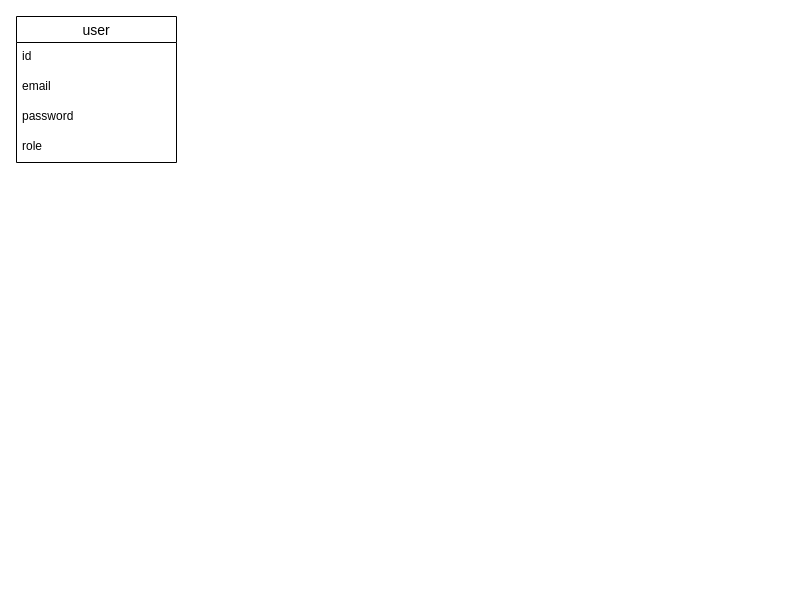
overbye87/book-store keeps this draw.io diagram as server/dm_diagram.drawio. Above is the earlier version. Source tidied: cells renumbered, new cells numbered last; positions are measured from the earlier drawing's top-left corner, leaving out a move shared by most shapes. Both pictures are drawn from the tidied source at 100%, with x=0, y=0 at pixel (16, 16).
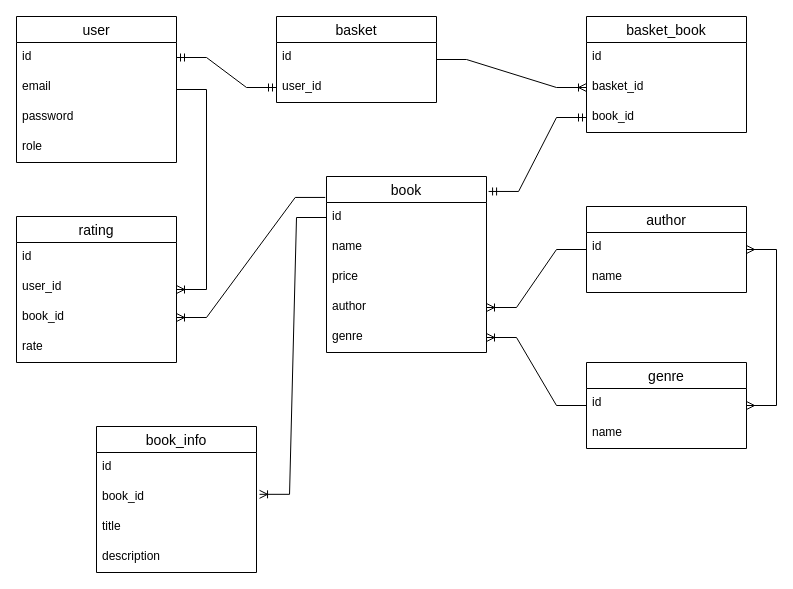
The same diagram, later.

The change refers to these unchanged cells:
```xml
<mxCell id="2" value="user" style="swimlane;fontStyle=0;horizontal=1;startSize=26;align=center;fontSize=14;" parent="1" vertex="1">
  <mxGeometry width="160" height="146" as="geometry" />
</mxCell>
<mxCell id="3" value="id" style="text;strokeColor=none;fillColor=none;spacingLeft=4;spacingRight=4;overflow=hidden;points=[[0,0.5],[1,0.5]];portConstraint=eastwest;fontSize=12;" parent="2" vertex="1">
  <mxGeometry y="26" width="160" height="30" as="geometry" />
</mxCell>
```

Change to the diagram source:
```diff
@@
+    <mxCell id="7" value="basket" style="swimlane;fontStyle=0;horizontal=1;startSize=26;align=center;fontSize=14;" parent="1" vertex="1">
+      <mxGeometry x="260" width="160" height="86" as="geometry" />
+    </mxCell>
+    <mxCell id="8" value="id" style="text;strokeColor=none;fillColor=none;spacingLeft=4;spacingRight=4;overflow=hidden;fontSize=12;" parent="7" vertex="1">
+      <mxGeometry y="26" width="160" height="30" as="geometry" />
+    </mxCell>
+    <mxCell id="9" value="user_id" style="text;strokeColor=none;fillColor=none;spacingLeft=4;spacingRight=4;overflow=hidden;points=[[0,0.5],[1,0.5]];portConstraint=eastwest;fontSize=12;" parent="7" vertex="1">
+      <mxGeometry y="56" width="160" height="30" as="geometry" />
+    </mxCell>
+    <mxCell id="10" style="edgeStyle=entityRelationEdgeStyle;fontSize=12;html=1;endArrow=ERmandOne;startArrow=ERmandOne;rounded=0;exitX=1;exitY=0.5;exitDx=0;exitDy=0;entryX=0;entryY=0.5;entryDx=0;entryDy=0;" parent="1" edge="1" source="3" target="9">
+      <mxGeometry relative="1" as="geometry" />
+    </mxCell>
+    <mxCell id="11" value="book" style="swimlane;fontStyle=0;horizontal=1;startSize=26;align=center;fontSize=14;" parent="1" vertex="1">
+      <mxGeometry x="310" y="160" width="160" height="176" as="geometry" />
+    </mxCell>
+    <mxCell id="12" value="id" style="text;strokeColor=none;fillColor=none;spacingLeft=4;spacingRight=4;overflow=hidden;points=[[0,0.5],[1,0.5]];portConstraint=eastwest;fontSize=12;" parent="11" vertex="1">
+      <mxGeometry y="26" width="160" height="30" as="geometry" />
+    </mxCell>
+    <mxCell id="13" value="name" style="text;strokeColor=none;fillColor=none;spacingLeft=4;spacingRight=4;overflow=hidden;fontSize=12;" parent="11" vertex="1">
+      <mxGeometry y="56" width="160" height="30" as="geometry" />
+    </mxCell>
+    <mxCell id="14" value="price" style="text;strokeColor=none;fillColor=none;spacingLeft=4;spacingRight=4;overflow=hidden;fontSize=12;" parent="11" vertex="1">
+      <mxGeometry y="86" width="160" height="30" as="geometry" />
+    </mxCell>
+    <mxCell id="15" value="author" style="text;strokeColor=none;fillColor=none;spacingLeft=4;spacingRight=4;overflow=hidden;points=[[0,0.5],[1,0.5]];portConstraint=eastwest;fontSize=12;" parent="11" vertex="1">
+      <mxGeometry y="116" width="160" height="30" as="geometry" />
+    </mxCell>
+    <mxCell id="16" value="genre" style="text;strokeColor=none;fillColor=none;spacingLeft=4;spacingRight=4;overflow=hidden;points=[[0,0.5],[1,0.5]];portConstraint=eastwest;fontSize=12;" parent="11" vertex="1">
+      <mxGeometry y="146" width="160" height="30" as="geometry" />
+    </mxCell>
+    <mxCell id="17" value="genre" style="swimlane;fontStyle=0;horizontal=1;startSize=26;align=center;fontSize=14;" parent="1" vertex="1">
+      <mxGeometry x="570" y="346" width="160" height="86" as="geometry" />
+    </mxCell>
+    <mxCell id="18" value="id" style="text;strokeColor=none;fillColor=none;spacingLeft=4;spacingRight=4;overflow=hidden;fontSize=12;" parent="17" vertex="1">
+      <mxGeometry y="26" width="160" height="30" as="geometry" />
+    </mxCell>
+    <mxCell id="19" value="name" style="text;strokeColor=none;fillColor=none;spacingLeft=4;spacingRight=4;overflow=hidden;fontSize=12;" parent="17" vertex="1">
+      <mxGeometry y="56" width="160" height="30" as="geometry" />
+    </mxCell>
+    <mxCell id="20" value="author" style="swimlane;fontStyle=0;horizontal=1;startSize=26;align=center;fontSize=14;" parent="1" vertex="1">
+      <mxGeometry x="570" y="190" width="160" height="86" as="geometry" />
+    </mxCell>
+    <mxCell id="21" value="id" style="text;strokeColor=none;fillColor=none;spacingLeft=4;spacingRight=4;overflow=hidden;fontSize=12;" parent="20" vertex="1">
+      <mxGeometry y="26" width="160" height="30" as="geometry" />
+    </mxCell>
+    <mxCell id="22" value="name" style="text;strokeColor=none;fillColor=none;spacingLeft=4;spacingRight=4;overflow=hidden;fontSize=12;" parent="20" vertex="1">
+      <mxGeometry y="56" width="160" height="30" as="geometry" />
+    </mxCell>
+    <mxCell id="23" style="edgeStyle=entityRelationEdgeStyle;fontSize=12;html=1;endArrow=ERoneToMany;rounded=0;" parent="1" edge="1" source="20" target="15">
+      <mxGeometry relative="1" as="geometry" />
+    </mxCell>
+    <mxCell id="24" style="edgeStyle=entityRelationEdgeStyle;fontSize=12;html=1;endArrow=ERoneToMany;rounded=0;entryX=1;entryY=0.5;entryDx=0;entryDy=0;" parent="1" edge="1" source="17" target="16">
+      <mxGeometry relative="1" as="geometry" />
+    </mxCell>
+    <mxCell id="25" style="edgeStyle=entityRelationEdgeStyle;fontSize=12;html=1;endArrow=ERmany;startArrow=ERmany;rounded=0;" parent="1" edge="1" source="20" target="17">
+      <mxGeometry relative="1" as="geometry" />
+    </mxCell>
+    <mxCell id="26" value="book_info" style="swimlane;fontStyle=0;horizontal=1;startSize=26;align=center;fontSize=14;" parent="1" vertex="1">
+      <mxGeometry x="80" y="410" width="160" height="146" as="geometry" />
+    </mxCell>
+    <mxCell id="27" value="id" style="text;strokeColor=none;fillColor=none;spacingLeft=4;spacingRight=4;overflow=hidden;fontSize=12;" parent="26" vertex="1">
+      <mxGeometry y="26" width="160" height="30" as="geometry" />
+    </mxCell>
+    <mxCell id="28" value="book_id" style="text;strokeColor=none;fillColor=none;spacingLeft=4;spacingRight=4;overflow=hidden;points=[[0,0.5],[1,0.5]];portConstraint=eastwest;fontSize=12;" parent="26" vertex="1">
+      <mxGeometry y="56" width="160" height="30" as="geometry" />
+    </mxCell>
+    <mxCell id="29" value="title" style="text;strokeColor=none;fillColor=none;spacingLeft=4;spacingRight=4;overflow=hidden;fontSize=12;" parent="26" vertex="1">
+      <mxGeometry y="86" width="160" height="30" as="geometry" />
+    </mxCell>
+    <mxCell id="30" value="description" style="text;strokeColor=none;fillColor=none;spacingLeft=4;spacingRight=4;overflow=hidden;fontSize=12;" parent="26" vertex="1">
+      <mxGeometry y="116" width="160" height="30" as="geometry" />
+    </mxCell>
+    <mxCell id="31" style="edgeStyle=entityRelationEdgeStyle;fontSize=12;html=1;endArrow=ERoneToMany;rounded=0;entryX=1.019;entryY=0.394;entryDx=0;entryDy=0;entryPerimeter=0;" parent="1" edge="1" source="12" target="28">
+      <mxGeometry relative="1" as="geometry" />
+    </mxCell>
+    <mxCell id="32" value="basket_book" style="swimlane;fontStyle=0;horizontal=1;startSize=26;align=center;fontSize=14;" parent="1" vertex="1">
+      <mxGeometry x="570" width="160" height="116" as="geometry" />
+    </mxCell>
+    <mxCell id="33" value="id" style="text;strokeColor=none;fillColor=none;spacingLeft=4;spacingRight=4;overflow=hidden;fontSize=12;" parent="32" vertex="1">
+      <mxGeometry y="26" width="160" height="30" as="geometry" />
+    </mxCell>
+    <mxCell id="34" value="basket_id" style="text;strokeColor=none;fillColor=none;spacingLeft=4;spacingRight=4;overflow=hidden;points=[[0,0.5],[1,0.5]];portConstraint=eastwest;fontSize=12;" parent="32" vertex="1">
+      <mxGeometry y="56" width="160" height="30" as="geometry" />
+    </mxCell>
+    <mxCell id="35" value="book_id" style="text;strokeColor=none;fillColor=none;spacingLeft=4;spacingRight=4;overflow=hidden;points=[[0,0.5],[1,0.5]];portConstraint=eastwest;fontSize=12;" parent="32" vertex="1">
+      <mxGeometry y="86" width="160" height="30" as="geometry" />
+    </mxCell>
+    <mxCell id="36" style="edgeStyle=entityRelationEdgeStyle;fontSize=12;html=1;endArrow=ERoneToMany;rounded=0;" parent="1" edge="1" source="7" target="34">
+      <mxGeometry relative="1" as="geometry" />
+    </mxCell>
+    <mxCell id="37" style="edgeStyle=entityRelationEdgeStyle;fontSize=12;html=1;endArrow=ERmandOne;startArrow=ERmandOne;rounded=0;exitX=1.013;exitY=0.085;exitDx=0;exitDy=0;exitPerimeter=0;" parent="1" edge="1" source="11" target="35">
+      <mxGeometry relative="1" as="geometry" />
+    </mxCell>
+    <mxCell id="38" value="rating" style="swimlane;fontStyle=0;horizontal=1;startSize=26;align=center;fontSize=14;" parent="1" vertex="1">
+      <mxGeometry y="200" width="160" height="146" as="geometry" />
+    </mxCell>
+    <mxCell id="39" value="id" style="text;strokeColor=none;fillColor=none;spacingLeft=4;spacingRight=4;overflow=hidden;fontSize=12;" parent="38" vertex="1">
+      <mxGeometry y="26" width="160" height="30" as="geometry" />
+    </mxCell>
+    <mxCell id="40" value="user_id" style="text;strokeColor=none;fillColor=none;spacingLeft=4;spacingRight=4;overflow=hidden;fontSize=12;" parent="38" vertex="1">
+      <mxGeometry y="56" width="160" height="30" as="geometry" />
+    </mxCell>
+    <mxCell id="41" value="book_id" style="text;strokeColor=none;fillColor=none;spacingLeft=4;spacingRight=4;overflow=hidden;points=[[0,0.5],[1,0.5]];portConstraint=eastwest;fontSize=12;" parent="38" vertex="1">
+      <mxGeometry y="86" width="160" height="30" as="geometry" />
+    </mxCell>
+    <mxCell id="42" value="rate" style="text;strokeColor=none;fillColor=none;spacingLeft=4;spacingRight=4;overflow=hidden;fontSize=12;" parent="38" vertex="1">
+      <mxGeometry y="116" width="160" height="30" as="geometry" />
+    </mxCell>
+    <mxCell id="43" style="edgeStyle=entityRelationEdgeStyle;fontSize=12;html=1;endArrow=ERoneToMany;rounded=0;" parent="1" edge="1" source="2" target="38">
+      <mxGeometry relative="1" as="geometry" />
+    </mxCell>
+    <mxCell id="44" style="edgeStyle=entityRelationEdgeStyle;fontSize=12;html=1;endArrow=ERoneToMany;rounded=0;entryX=1;entryY=0.5;entryDx=0;entryDy=0;exitX=-0.008;exitY=0.119;exitDx=0;exitDy=0;exitPerimeter=0;" parent="1" edge="1" source="11" target="41">
+      <mxGeometry relative="1" as="geometry" />
+    </mxCell>
```
